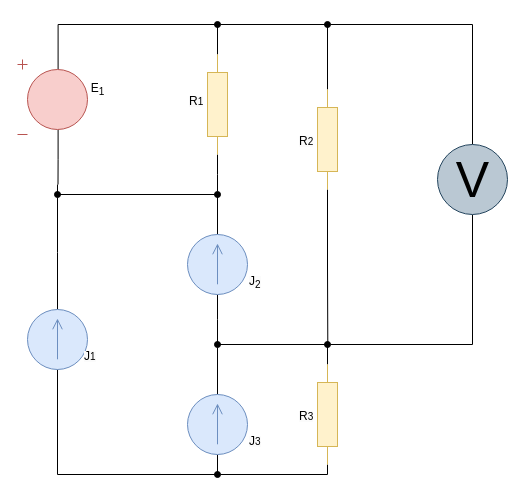
This is page "task_denotes" (2 of 3) of lab1/lab1.drawio from nlrezortiez/eltex_23-24, a draw.io file, before an edit. Source tidied: cells renumbered, new cells numbered last; positions are measured from the earlier drawing's top-left corner, leaving out a move shared by most shapes. Both pictures are drawn from the tidied source at 100%, with x=0, y=0 at pixel (17, 24).
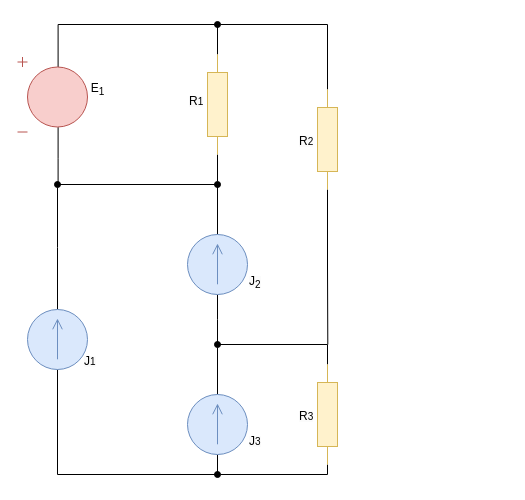
After the change.

The change refers to these unchanged cells:
```xml
<mxCell id="12" style="verticalLabelPosition=bottom;shadow=0;dashed=0;align=center;html=1;verticalAlign=top;shape=mxgraph.electrical.resistors.resistor_1;direction=south;fillColor=#fff2cc;strokeColor=#d6b656;" parent="1" vertex="1">
  <mxGeometry x="190" y="30" width="20" height="100" as="geometry" />
</mxCell>
<mxCell id="18" style="verticalLabelPosition=bottom;shadow=0;dashed=0;align=center;html=1;verticalAlign=top;shape=mxgraph.electrical.signal_sources.source;points=[[0.5,0,0],[1,0.5,0],[0.5,1,0],[0,0.5,0]];elSignalType=dc1;direction=north;fillColor=#dae8fc;strokeColor=#6c8ebf;" parent="1" vertex="1">
  <mxGeometry x="10" y="285" width="60" height="60" as="geometry" />
</mxCell>
<mxCell id="21" style="verticalLabelPosition=bottom;shadow=0;dashed=0;align=center;html=1;verticalAlign=top;shape=mxgraph.electrical.signal_sources.source;points=[[0.5,0,0],[1,0.5,0],[0.5,1,0],[0,0.5,0]];elSignalType=dc1;direction=north;fillColor=#dae8fc;strokeColor=#6c8ebf;" parent="1" vertex="1">
  <mxGeometry x="170" y="210" width="60" height="60" as="geometry" />
</mxCell>
```

The edit, as a diff of the source:
```diff
@@
-    <mxCell id="2" style="edgeStyle=orthogonalEdgeStyle;rounded=0;jettySize=auto;html=1;exitX=0.58;exitY=0.935;exitDx=0;exitDy=0;exitPerimeter=0;endArrow=none;endFill=0;" parent="1" edge="1" source="4">
-      <mxGeometry relative="1" as="geometry">
-        <mxPoint x="40.5" y="160" as="targetPoint" />
-      </mxGeometry>
-    </mxCell>
@@
+    <mxCell id="31" style="edgeStyle=orthogonalEdgeStyle;rounded=0;jettySize=auto;html=1;exitX=0.58;exitY=0.935;exitDx=0;exitDy=0;exitPerimeter=0;endArrow=none;endFill=0;" parent="1" edge="1" source="4">
+      <mxGeometry relative="1" as="geometry">
+        <mxPoint x="40.6" y="160" as="targetPoint" />
+      </mxGeometry>
+    </mxCell>
     <mxCell id="4" style="verticalLabelPosition=bottom;shadow=0;dashed=0;align=center;html=1;verticalAlign=top;shape=mxgraph.electrical.signal_sources.dc_source_1;fillColor=#f8cecc;strokeColor=#b85450;" parent="1" vertex="1">
-      <mxGeometry y="35" width="70" height="75" as="geometry" />
+      <mxGeometry y="32.5" width="70" height="75" as="geometry" />
     </mxCell>
-    <mxCell id="5" style="edgeStyle=orthogonalEdgeStyle;rounded=0;jettySize=auto;html=1;exitX=0.5;exitY=1;exitDx=0;exitDy=0;endArrow=oval;endFill=1;" parent="1" edge="1" source="7">
-      <mxGeometry relative="1" as="geometry">
-        <mxPoint x="310" y="320" as="targetPoint" />
-        <Array as="points">
-          <mxPoint x="455" y="320" />
-        </Array>
-      </mxGeometry>
-    </mxCell>
-    <mxCell id="6" style="edgeStyle=orthogonalEdgeStyle;rounded=0;jettySize=auto;html=1;exitX=0.5;exitY=0;exitDx=0;exitDy=0;endArrow=oval;endFill=1;" parent="1" edge="1" source="7">
-      <mxGeometry relative="1" as="geometry">
-        <mxPoint x="310" as="targetPoint" />
-        <Array as="points">
-          <mxPoint x="455" />
-          <mxPoint x="310" />
-        </Array>
-      </mxGeometry>
-    </mxCell>
-    <mxCell id="7" value="V" style="verticalLabelPosition=middle;shadow=0;dashed=0;align=center;html=1;verticalAlign=middle;strokeWidth=1;shape=ellipse;fontSize=50;fillColor=#bac8d3;strokeColor=#23445d;" parent="1" vertex="1">
-      <mxGeometry x="420" y="120" width="70" height="70" as="geometry" />
-    </mxCell>
@@
     <mxCell id="11" style="edgeStyle=orthogonalEdgeStyle;rounded=0;jettySize=auto;html=1;exitX=1;exitY=0.5;exitDx=0;exitDy=0;exitPerimeter=0;endArrow=oval;endFill=1;" parent="1" edge="1" source="12">
       <mxGeometry relative="1" as="geometry">
-        <mxPoint x="200" y="170" as="targetPoint" />
+        <mxPoint x="200" y="160" as="targetPoint" />
       </mxGeometry>
     </mxCell>
@@
-    <mxCell id="17" style="edgeStyle=orthogonalEdgeStyle;rounded=0;jettySize=auto;html=1;exitX=1;exitY=0.5;exitDx=0;exitDy=0;exitPerimeter=0;endArrow=oval;endFill=1;" parent="1" edge="1" source="18">
-      <mxGeometry relative="1" as="geometry">
-        <mxPoint x="40" y="170" as="targetPoint" />
-      </mxGeometry>
-    </mxCell>
+    <mxCell id="32" style="edgeStyle=orthogonalEdgeStyle;rounded=0;jettySize=auto;html=1;exitX=1;exitY=0.5;exitDx=0;exitDy=0;exitPerimeter=0;endArrow=oval;endFill=1;" parent="1" edge="1" source="18">
+      <mxGeometry relative="1" as="geometry">
+        <mxPoint x="40" y="160" as="targetPoint" />
+      </mxGeometry>
+    </mxCell>
@@
-    <mxCell id="19" style="edgeStyle=orthogonalEdgeStyle;rounded=0;jettySize=auto;html=1;exitX=1;exitY=0.5;exitDx=0;exitDy=0;exitPerimeter=0;endArrow=none;endFill=0;" parent="1" edge="1" source="21">
-      <mxGeometry relative="1" as="geometry">
-        <mxPoint x="40" y="160" as="targetPoint" />
-        <Array as="points">
-          <mxPoint x="200" y="170" />
-          <mxPoint x="40" y="170" />
-        </Array>
-      </mxGeometry>
-    </mxCell>
@@
+    <mxCell id="33" style="edgeStyle=orthogonalEdgeStyle;rounded=0;jettySize=auto;html=1;exitX=1;exitY=0.5;exitDx=0;exitDy=0;exitPerimeter=0;endArrow=none;endFill=0;" parent="1" edge="1" source="21">
+      <mxGeometry relative="1" as="geometry">
+        <mxPoint x="40" y="160" as="targetPoint" />
+        <Array as="points">
+          <mxPoint x="200" y="160" />
+        </Array>
+      </mxGeometry>
+    </mxCell>
@@
     <mxCell id="25" value="&lt;sub style=&quot;border-color: var(--border-color); color: rgb(0, 0, 0); font-family: Helvetica; font-style: normal; font-variant-ligatures: normal; font-variant-caps: normal; font-weight: 400; letter-spacing: normal; orphans: 2; text-align: center; text-indent: 0px; text-transform: none; widows: 2; word-spacing: 0px; -webkit-text-stroke-width: 0px; background-color: rgb(251, 251, 251); text-decoration-thickness: initial; text-decoration-style: initial; text-decoration-color: initial;&quot;&gt;&lt;span style=&quot;font-size: 12px;&quot;&gt;J&lt;/span&gt;1&lt;/sub&gt;" style="text;whiteSpace=wrap;html=1;" parent="1" vertex="1">
-      <mxGeometry x="65" y="315" width="30" height="25" as="geometry" />
+      <mxGeometry x="65" y="320" width="30" height="25" as="geometry" />
     </mxCell>
```
